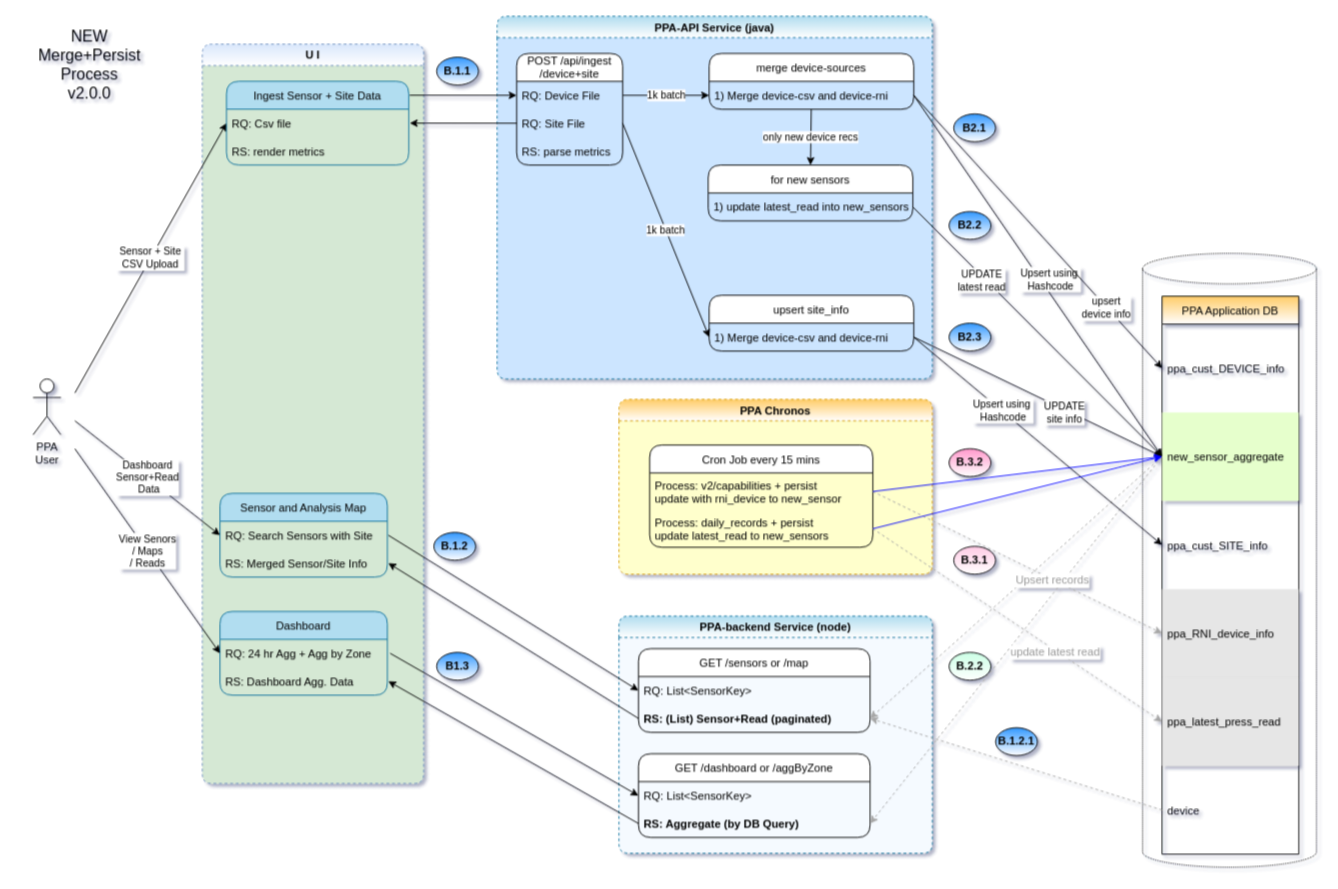
Before: ppa/sensor-agg-MERGE-PERSIST-v2.drawio in rajeshpv-common/my-drawio, a draw.io diagram. Source tidied: cells renumbered, new cells numbered last; positions are measured from the earlier drawing's top-left corner, leaving out a move shared by most shapes. Both pictures are drawn from the tidied source at 93%, with x=0, y=0 at pixel (20, 16).
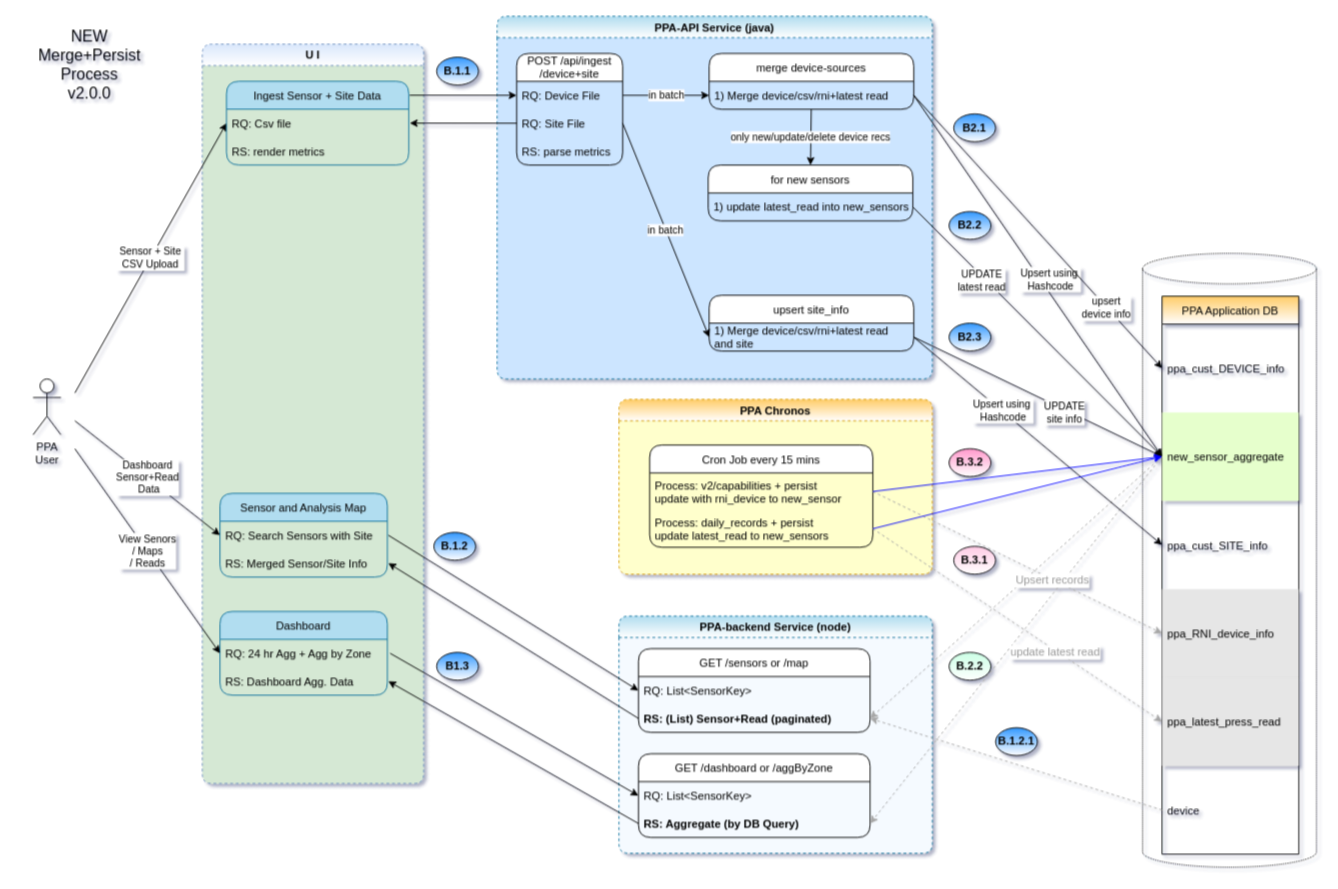
Above is the later version.

Unchanged cells that the change refers to:
```xml
<mxCell id="10" value="PPA-API Service (java)" style="swimlane;rounded=1;dashed=1;fillColor=#b1ddf0;strokeColor=#10739e;swimlaneFillColor=#CCE5FF;gradientColor=#ffffff;" parent="1" vertex="1">
  <mxGeometry x="513" width="468" height="390" as="geometry" />
</mxCell>
<mxCell id="12" value="RQ: Device File" style="text;strokeColor=none;fillColor=none;align=left;verticalAlign=middle;spacingLeft=4;spacingRight=4;overflow=hidden;points=[[0,0.5],[1,0.5]];portConstraint=eastwest;rounded=1;" parent="11" vertex="1">
  <mxGeometry y="30" width="114" height="30" as="geometry" />
</mxCell>
<mxCell id="13" value="RQ: Site File" style="text;strokeColor=none;fillColor=none;align=left;verticalAlign=middle;spacingLeft=4;spacingRight=4;overflow=hidden;points=[[0,0.5],[1,0.5]];portConstraint=eastwest;rounded=1;" parent="11" vertex="1">
  <mxGeometry y="60" width="114" height="30" as="geometry" />
</mxCell>
<mxCell id="15" value="merge device-sources" style="swimlane;fontStyle=0;horizontal=1;startSize=30;rounded=1;" parent="10" vertex="1">
  <mxGeometry x="228" y="40" width="220" height="60" as="geometry" />
</mxCell>
<mxCell id="18" value="for new sensors" style="swimlane;fontStyle=0;horizontal=1;startSize=30;rounded=1;" parent="10" vertex="1">
  <mxGeometry x="227" y="160" width="220" height="60" as="geometry" />
</mxCell>
<mxCell id="20" value="upsert site_info" style="swimlane;fontStyle=0;horizontal=1;startSize=30;rounded=1;" parent="10" vertex="1">
  <mxGeometry x="228" y="300" width="220" height="60" as="geometry" />
</mxCell>
```

Change to the diagram source:
```diff
@@
-    <mxCell id="16" value="1) Merge device-csv and device-rni" style="text;strokeColor=none;fillColor=none;align=left;verticalAlign=middle;spacingLeft=4;spacingRight=4;overflow=hidden;points=[[0,0.5],[1,0.5]];portConstraint=eastwest;rounded=1;" parent="15" vertex="1">
+    <mxCell id="16" value="1) Merge device/csv/rni+latest read" style="text;strokeColor=none;fillColor=none;align=left;verticalAlign=middle;spacingLeft=4;spacingRight=4;overflow=hidden;points=[[0,0.5],[1,0.5]];portConstraint=eastwest;rounded=1;" parent="15" vertex="1">
       <mxGeometry y="30" width="220" height="30" as="geometry" />
     </mxCell>
-    <mxCell id="17" value="1k batch" style="endArrow=classic;html=1;rounded=0;entryX=0;entryY=0.5;entryDx=0;entryDy=0;exitX=1;exitY=0.5;exitDx=0;exitDy=0;" parent="10" edge="1" source="12" target="16">
+    <mxCell id="17" value="in batch" style="endArrow=classic;html=1;rounded=0;entryX=0;entryY=0.5;entryDx=0;entryDy=0;exitX=1;exitY=0.5;exitDx=0;exitDy=0;" parent="10" edge="1" source="12" target="16">
       <mxGeometry relative="1" as="geometry" />
     </mxCell>
@@
-    <mxCell id="21" value="1) Merge device-csv and device-rni" style="text;strokeColor=none;fillColor=none;align=left;verticalAlign=middle;spacingLeft=4;spacingRight=4;overflow=hidden;points=[[0,0.5],[1,0.5]];portConstraint=eastwest;rounded=1;" parent="20" vertex="1">
+    <mxCell id="21" value="1) Merge device/csv/rni+latest read&#10;and site " style="text;strokeColor=none;fillColor=none;align=left;verticalAlign=middle;spacingLeft=4;spacingRight=4;overflow=hidden;points=[[0,0.5],[1,0.5]];portConstraint=eastwest;rounded=1;" parent="20" vertex="1">
       <mxGeometry y="30" width="220" height="30" as="geometry" />
     </mxCell>
-    <mxCell id="22" value="only new device recs" style="endArrow=classic;html=1;rounded=0;entryX=0.5;entryY=0;entryDx=0;entryDy=0;" parent="10" edge="1" source="16" target="18">
+    <mxCell id="22" value="only new/update/delete device recs" style="endArrow=classic;html=1;rounded=0;entryX=0.5;entryY=0;entryDx=0;entryDy=0;" parent="10" edge="1" source="16" target="18">
       <mxGeometry relative="1" as="geometry" />
     </mxCell>
-    <mxCell id="23" value="1k batch" style="endArrow=classic;html=1;rounded=0;entryX=0;entryY=0.5;entryDx=0;entryDy=0;exitX=1;exitY=0.5;exitDx=0;exitDy=0;" parent="10" edge="1" source="13" target="21">
+    <mxCell id="23" value="in batch" style="endArrow=classic;html=1;rounded=0;entryX=0;entryY=0.5;entryDx=0;entryDy=0;exitX=1;exitY=0.5;exitDx=0;exitDy=0;" parent="10" edge="1" source="13" target="21">
       <mxGeometry relative="1" as="geometry" />
     </mxCell>
```
